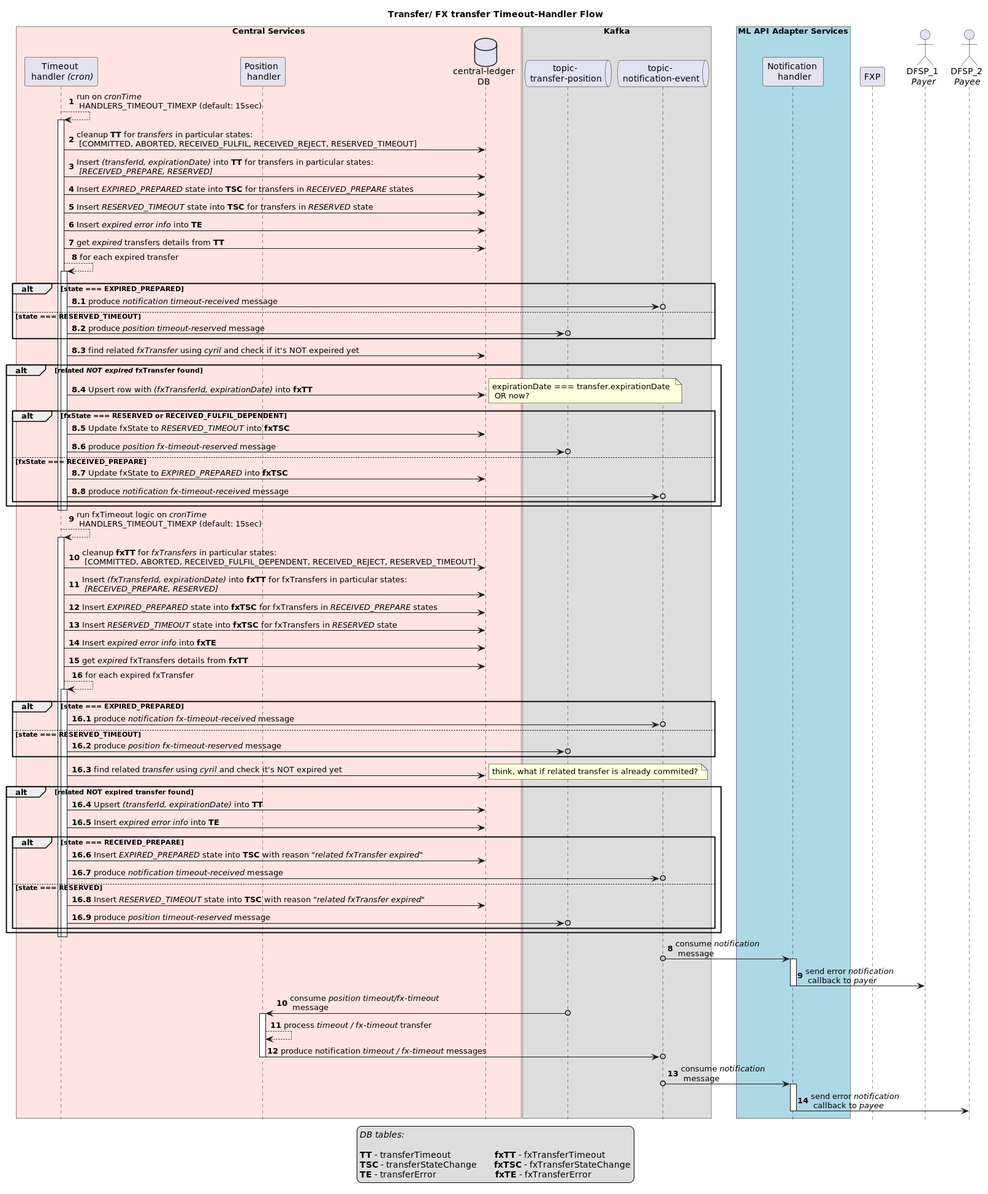
Above: documentation/sequence-diagrams/Handler - FX timeout.png in mojaloop/central-ledger (PlantUML), before the change.
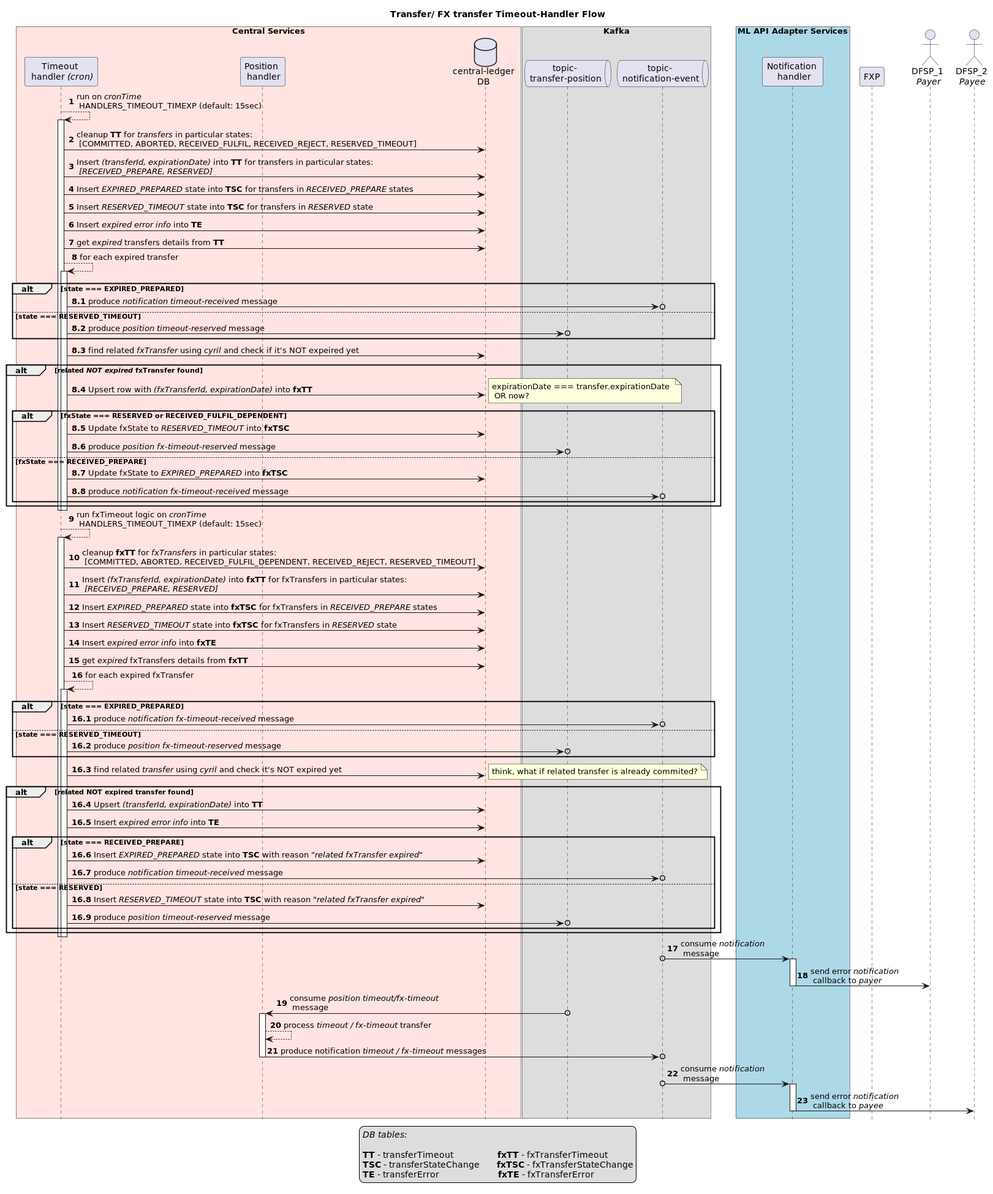
After the commit.

The edit, as a diff of the source:
```diff
@@ -102,9 +102,7 @@
 deactivate toh
 deactivate toh
 
-
-
-autonumber 8
+autonumber 17
 topicNE o-> nh : consume <i>notification</i>\n message
 activate nh
 nh -> payer : send error <i>notification</i>\n callback to <i>payer</i>
```
